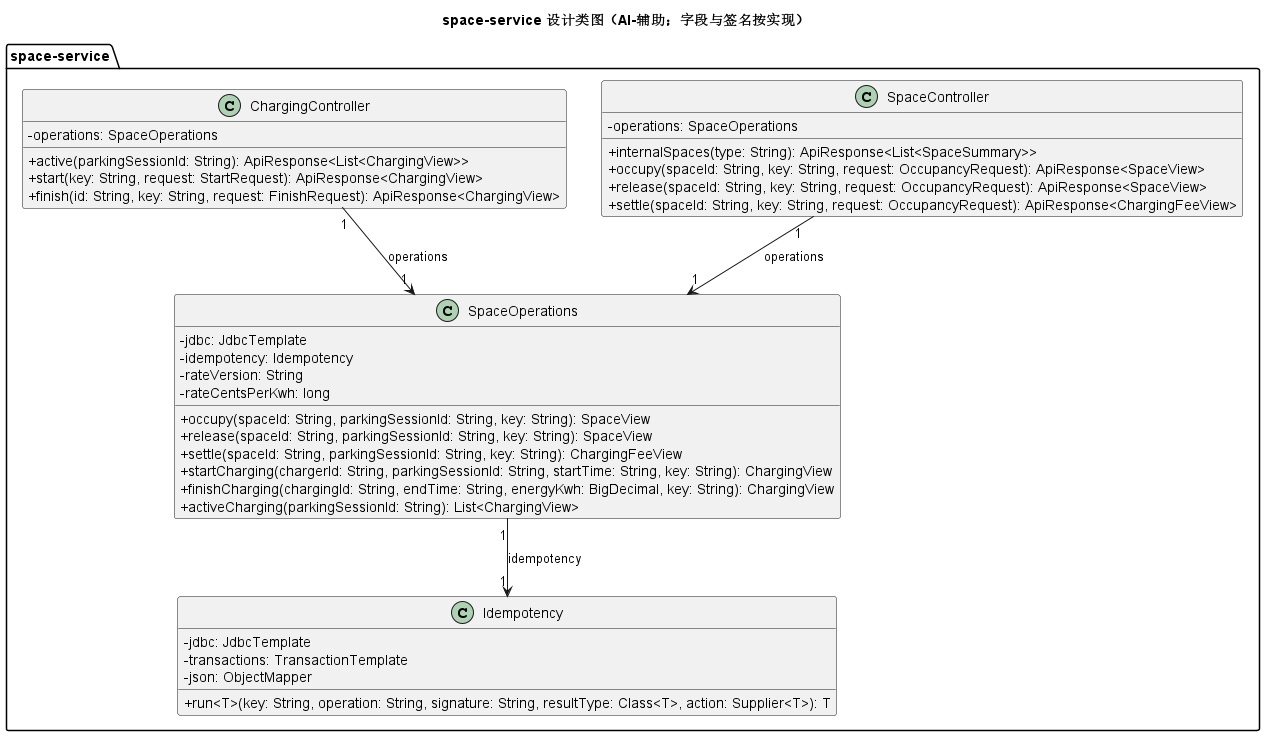
Above: models/rendered/15-design-classes_002.png in Gindama713/UMLWORK (PlantUML), before the change.
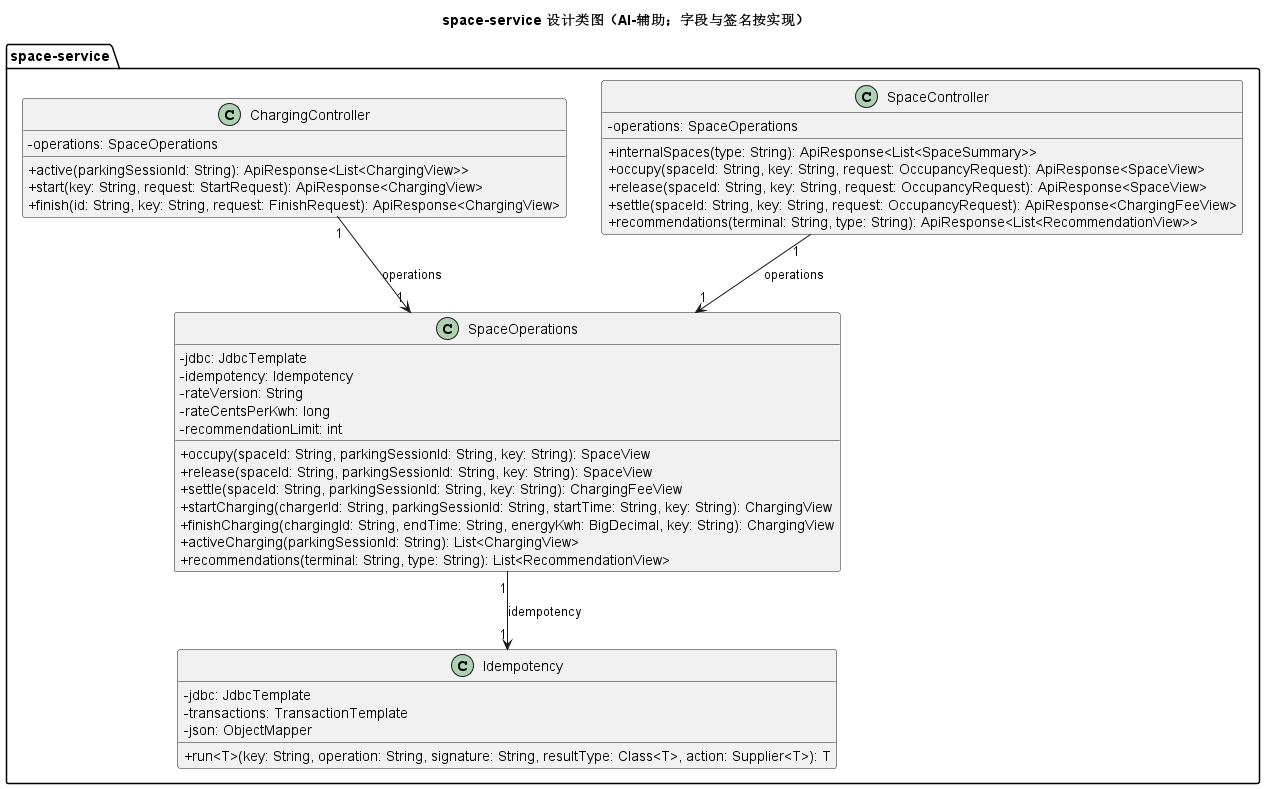
The same diagram one commit later.

Diff of the diagram source:
```diff
@@ -8,6 +8,7 @@
     +occupy(spaceId: String, key: String, request: OccupancyRequest): ApiResponse<SpaceView>
     +release(spaceId: String, key: String, request: OccupancyRequest): ApiResponse<SpaceView>
     +settle(spaceId: String, key: String, request: OccupancyRequest): ApiResponse<ChargingFeeView>
+    +recommendations(terminal: String, type: String): ApiResponse<List<RecommendationView>>
   }
   class ChargingController {
     -operations: SpaceOperations
@@ -20,12 +21,14 @@
     -idempotency: Idempotency
     -rateVersion: String
     -rateCentsPerKwh: long
+    -recommendationLimit: int
     +occupy(spaceId: String, parkingSessionId: String, key: String): SpaceView
     +release(spaceId: String, parkingSessionId: String, key: String): SpaceView
     +settle(spaceId: String, parkingSessionId: String, key: String): ChargingFeeView
     +startCharging(chargerId: String, parkingSessionId: String, startTime: String, key: String): ChargingView
     +finishCharging(chargingId: String, endTime: String, energyKwh: BigDecimal, key: String): ChargingView
     +activeCharging(parkingSessionId: String): List<ChargingView>
+    +recommendations(terminal: String, type: String): List<RecommendationView>
   }
   class Idempotency {
     -jdbc: JdbcTemplate
```
